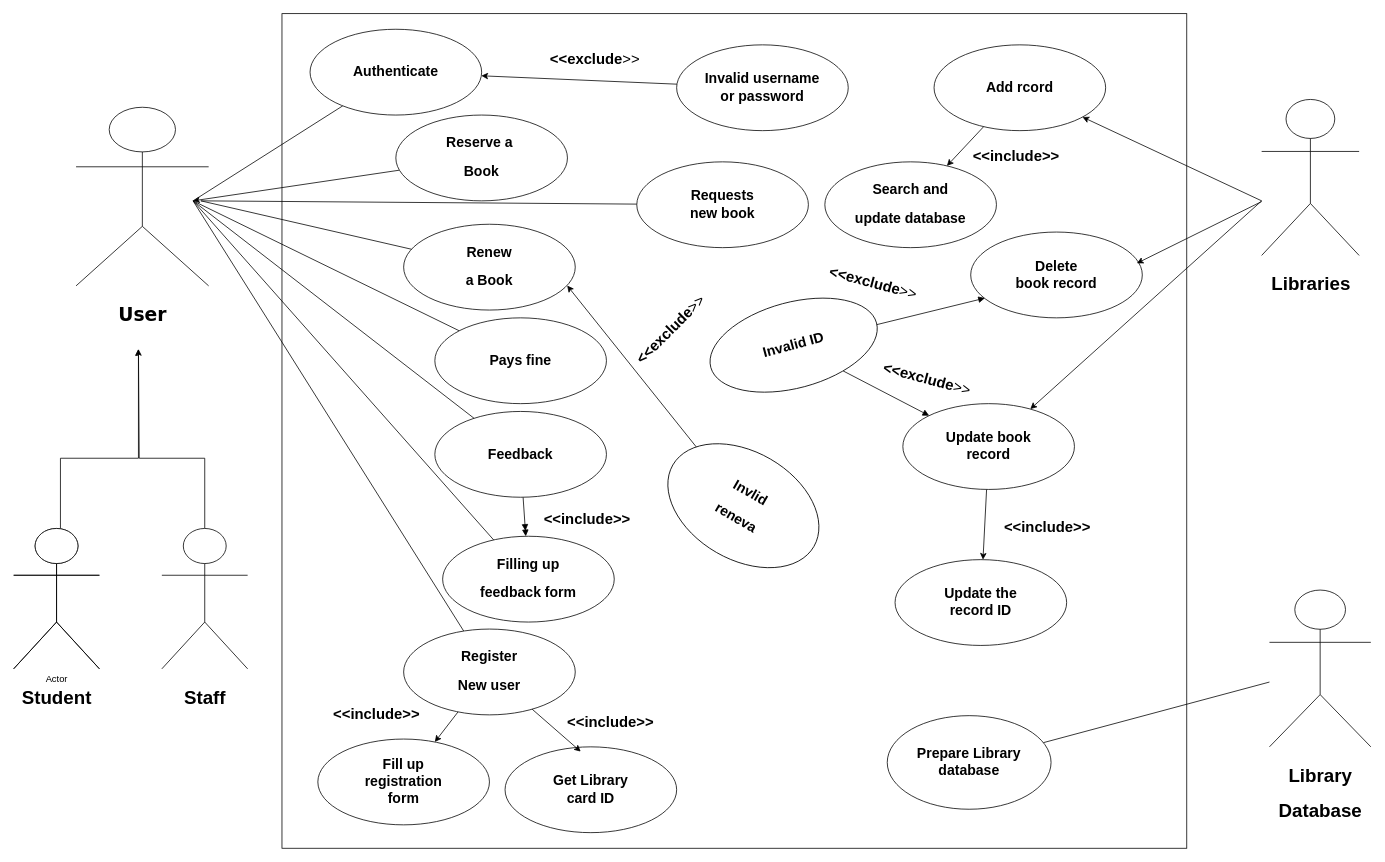
Before: Library managment syatem.drawio in Nikunjdhakad/Draw.io, a draw.io diagram. Source tidied: cells renumbered, new cells numbered last; positions are measured from the earlier drawing's top-left corner, leaving out a move shared by most shapes. Both pictures are drawn from the tidied source at 78%, with x=0, y=0 at pixel (13, 13).
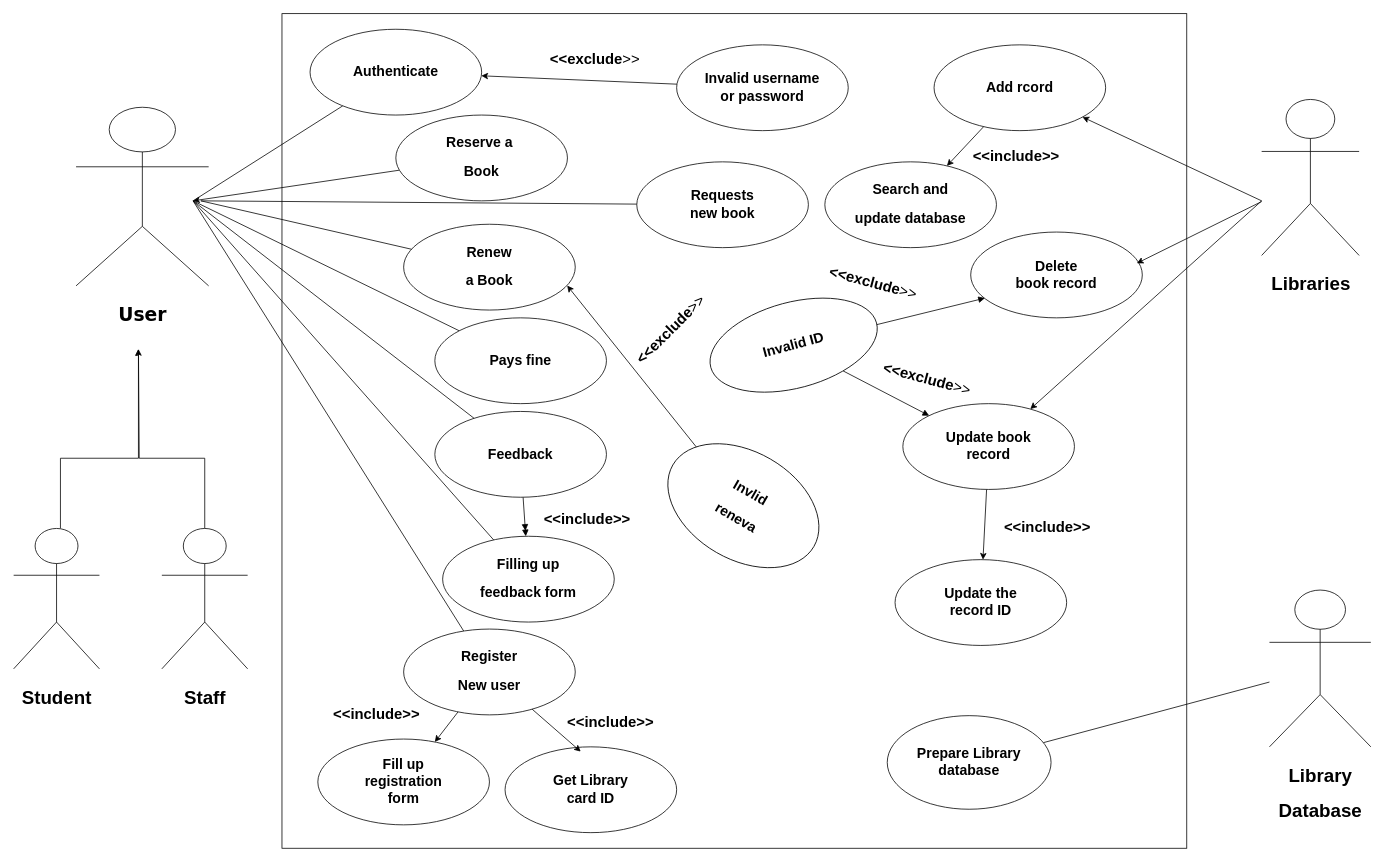
After the change.

Diff of the diagram source:
```diff
@@
-    <mxCell id="3" value="Actor" style="shape=umlActor;verticalLabelPosition=bottom;verticalAlign=top;html=1;" parent="1" vertex="1">
-      <mxGeometry y="660" width="110" height="180" as="geometry" />
-    </mxCell>
```
